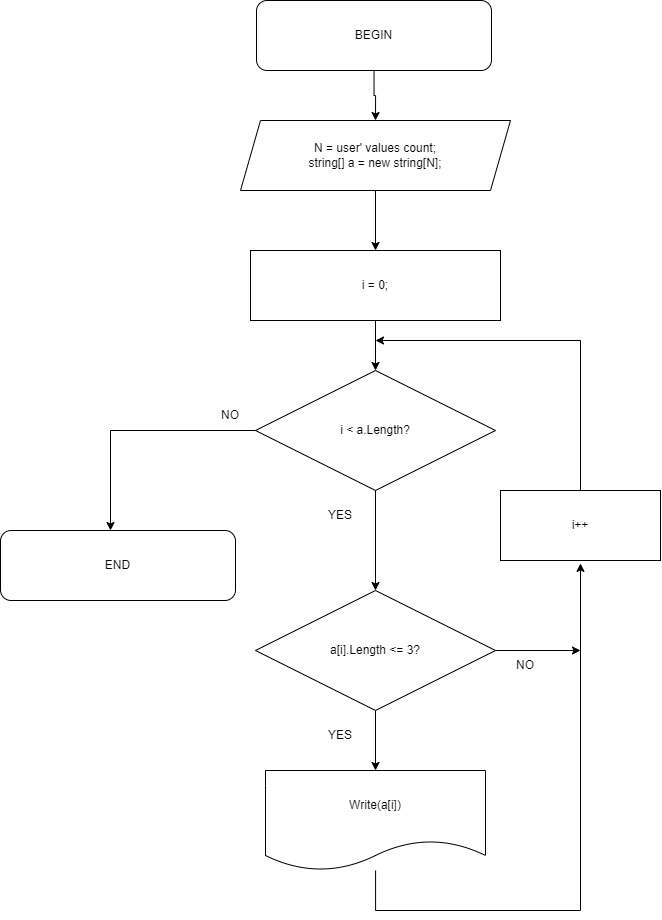
The draw.io diagram scheme.png in postscreen/SubtotalFirst, before a commit. Source tidied: cells renumbered, new cells last; positions are measured from the earlier drawing's top-left corner, leaving out a move shared by most shapes.
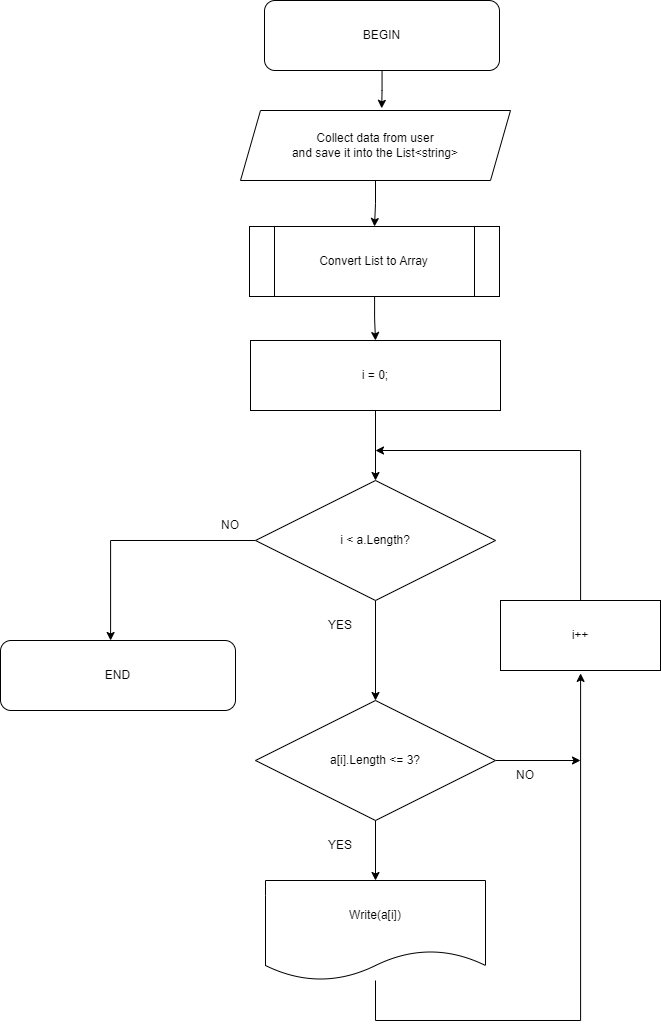
Above is the later version.

Change to the diagram source:
```diff
@@ -2,17 +2,17 @@
   <root>
     <mxCell id="0" />
     <mxCell id="1" parent="0" />
-    <mxCell id="2" style="edgeStyle=orthogonalEdgeStyle;rounded=0;jettySize=auto;html=1;entryX=0.5;entryY=0;entryDx=0;entryDy=0;" parent="1" edge="1" source="3" target="5">
+    <mxCell id="2" style="edgeStyle=orthogonalEdgeStyle;rounded=0;jettySize=auto;html=1;entryX=0.5;entryY=0;entryDx=0;entryDy=0;" parent="1" edge="1" source="3" target="24">
       <mxGeometry relative="1" as="geometry" />
     </mxCell>
-    <mxCell id="3" value="N = user' values count;&lt;br&gt;string[] a = new string[N];" style="shape=parallelogram;perimeter=parallelogramPerimeter;whiteSpace=wrap;html=1;fixedSize=1;" parent="1" vertex="1">
-      <mxGeometry x="240" y="120" width="270" height="70" as="geometry" />
+    <mxCell id="3" value="Collect data from user&lt;br&gt;and save it into the List&amp;lt;string&amp;gt;" style="shape=parallelogram;perimeter=parallelogramPerimeter;whiteSpace=wrap;html=1;fixedSize=1;" parent="1" vertex="1">
+      <mxGeometry x="240" width="270" height="70" as="geometry" />
     </mxCell>
     <mxCell id="4" style="edgeStyle=orthogonalEdgeStyle;rounded=0;jettySize=auto;html=1;" parent="1" edge="1" source="5" target="8">
       <mxGeometry relative="1" as="geometry" />
     </mxCell>
     <mxCell id="5" value="i = 0;" style="rounded=0;whiteSpace=wrap;html=1;" parent="1" vertex="1">
-      <mxGeometry x="250" y="250" width="250" height="70" as="geometry" />
+      <mxGeometry x="250" y="230" width="250" height="70" as="geometry" />
     </mxCell>
     <mxCell id="6" style="edgeStyle=orthogonalEdgeStyle;rounded=0;jettySize=auto;html=1;entryX=0.5;entryY=0;entryDx=0;entryDy=0;" parent="1" edge="1" source="8" target="13">
       <mxGeometry relative="1" as="geometry" />
@@ -56,11 +56,11 @@
     <mxCell id="15" value="YES" style="text;html=1;strokeColor=none;fillColor=none;align=center;verticalAlign=middle;whiteSpace=wrap;rounded=0;" parent="1" vertex="1">
       <mxGeometry x="310" y="720" width="60" height="30" as="geometry" />
     </mxCell>
-    <mxCell id="16" style="edgeStyle=orthogonalEdgeStyle;rounded=0;jettySize=auto;html=1;entryX=0.5;entryY=0;entryDx=0;entryDy=0;" parent="1" edge="1" source="17" target="3">
+    <mxCell id="16" style="edgeStyle=orthogonalEdgeStyle;rounded=0;jettySize=auto;html=1;entryX=0.523;entryY=-0.031;entryDx=0;entryDy=0;entryPerimeter=0;" parent="1" edge="1" source="17" target="3">
       <mxGeometry relative="1" as="geometry" />
     </mxCell>
     <mxCell id="17" value="BEGIN" style="rounded=1;whiteSpace=wrap;html=1;" parent="1" vertex="1">
-      <mxGeometry x="256" width="235" height="70" as="geometry" />
+      <mxGeometry x="264" y="-110" width="235" height="70" as="geometry" />
     </mxCell>
     <mxCell id="18" value="END" style="rounded=1;whiteSpace=wrap;html=1;" parent="1" vertex="1">
       <mxGeometry y="530" width="235" height="70" as="geometry" />
@@ -82,5 +82,11 @@
     <mxCell id="22" value="NO" style="text;html=1;strokeColor=none;fillColor=none;align=center;verticalAlign=middle;whiteSpace=wrap;rounded=0;" parent="1" vertex="1">
       <mxGeometry x="200" y="400" width="60" height="30" as="geometry" />
     </mxCell>
+    <mxCell id="23" style="edgeStyle=orthogonalEdgeStyle;rounded=0;jettySize=auto;html=1;entryX=0.5;entryY=0;entryDx=0;entryDy=0;" parent="1" edge="1" source="24" target="5">
+      <mxGeometry relative="1" as="geometry" />
+    </mxCell>
+    <mxCell id="24" value="Convert List to Array" style="shape=process;whiteSpace=wrap;html=1;backgroundOutline=1;" parent="1" vertex="1">
+      <mxGeometry x="249" y="116" width="250" height="70" as="geometry" />
+    </mxCell>
   </root>
 </mxGraphModel>
```
